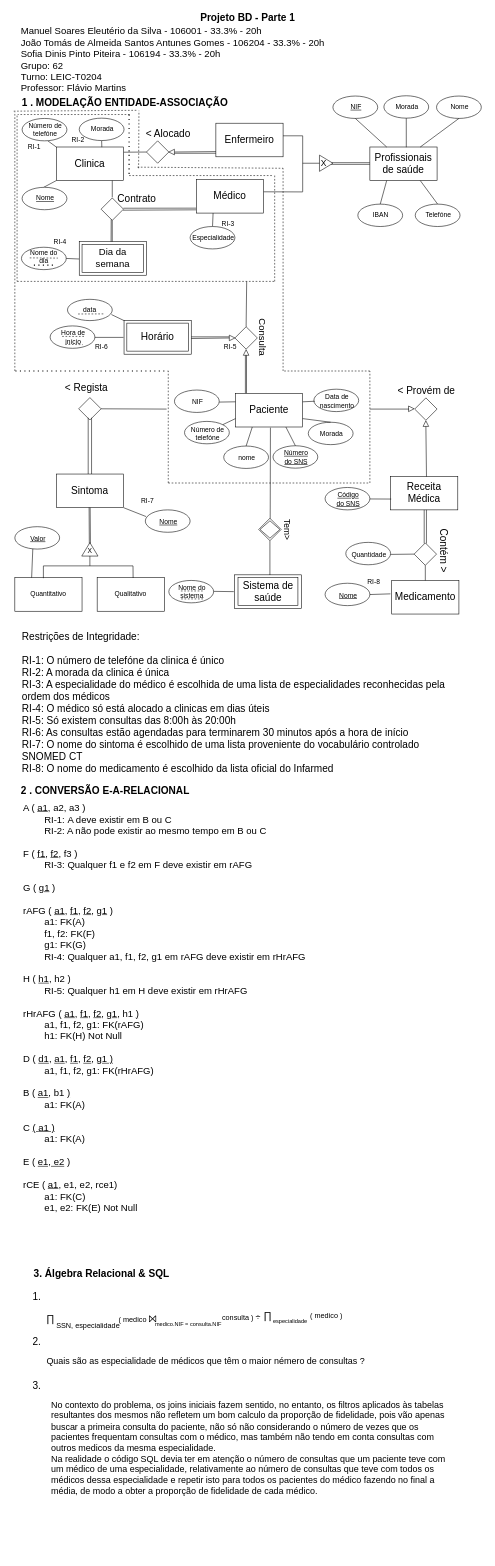
Before: entrega-bd-01-62.drawio in sofi004/DataBase-Project, a draw.io diagram. Source tidied: cells renumbered, new cells numbered last; positions are measured from the earlier drawing's top-left corner, leaving out a move shared by most shapes. Both pictures are drawn from the tidied source at 56%, with x=0, y=0 at pixel (10, 10).
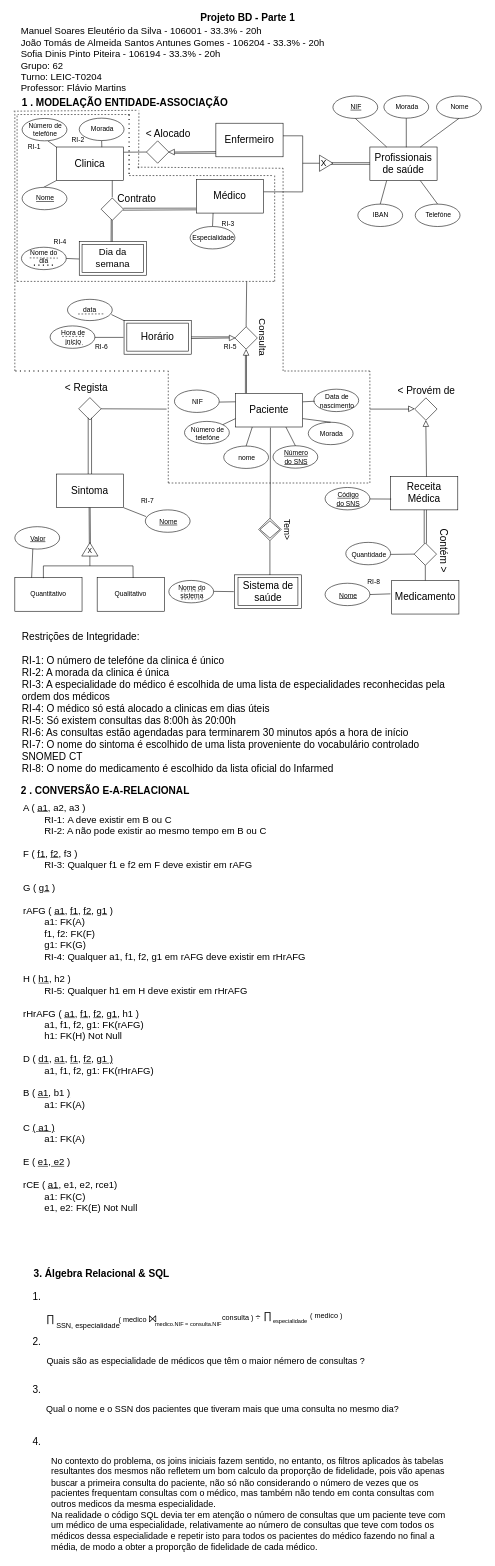
The same page after the edit.

The edit, as a diff of the source:
```diff
@@
-    <mxCell id="198" value="3." style="text;html=1;strokeColor=none;fillColor=none;align=left;verticalAlign=middle;whiteSpace=wrap;rounded=0;fontSize=18;" parent="1" vertex="1">
-      <mxGeometry x="39" y="2443" width="60" height="30" as="geometry" />
+    <mxCell id="198" value="4." style="text;html=1;strokeColor=none;fillColor=none;align=left;verticalAlign=middle;whiteSpace=wrap;rounded=0;fontSize=18;" parent="1" vertex="1">
+      <mxGeometry x="39" y="2543" width="60" height="30" as="geometry" />
     </mxCell>
     <mxCell id="199" value="&lt;span style=&quot;font-size: 16px;&quot;&gt;No contexto do problema, os joins iniciais fazem sentido, no entanto, os filtros aplicados às tabelas resultantes dos mesmos não refletem um bom calculo da proporção de fidelidade, pois vão apenas buscar a primeira consulta do paciente, não só não considerando o número de vezes que os pacientes frequentam consultas com o médico, mas também não tendo em conta consultas com outros medicos da mesma especialidade.&lt;br&gt;Na realidade o código SQL devia ter em atenção o número de consultas que um paciente teve com um médico de uma especialidade, relativamente ao número de consultas que teve com todos os médicos dessa especialidade e repetir isto para todos os pacientes do médico fazendo no final a média, de modo a obter a proporção de fidelidade de cada médico.&lt;br&gt;&lt;/span&gt;" style="text;html=1;strokeColor=none;fillColor=none;align=left;verticalAlign=middle;whiteSpace=wrap;rounded=0;" parent="1" vertex="1">
-      <mxGeometry x="72" y="2473" width="728" height="190" as="geometry" />
+      <mxGeometry x="72" y="2573" width="728" height="190" as="geometry" />
     </mxCell>
+    <mxCell id="200" value="3. " style="text;html=1;strokeColor=none;fillColor=none;align=left;verticalAlign=middle;whiteSpace=wrap;rounded=0;fontSize=18;" parent="1" vertex="1">
+      <mxGeometry x="39" y="2449" width="60" height="30" as="geometry" />
+    </mxCell>
+    <mxCell id="201" value="Qual o nome e o SSN dos pacientes que tiveram mais que uma consulta no mesmo dia?" style="text;html=1;strokeColor=none;fillColor=none;align=center;verticalAlign=middle;whiteSpace=wrap;rounded=0;fontSize=16;" parent="1" vertex="1">
+      <mxGeometry x="50" y="2479" width="660" height="40" as="geometry" />
+    </mxCell>
```
